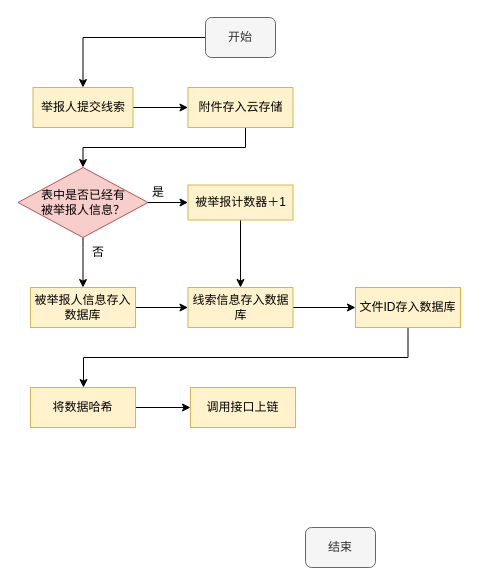
The draw.io diagram flc.drawio in jiang-111/crispy-parakeet, before the edit. Source tidied: cells renumbered, new cells numbered last; positions are measured from the earlier drawing's top-left corner, leaving out a move shared by most shapes. Both pictures are drawn from the tidied source at 100%, with x=0, y=0 at pixel (17, 17).
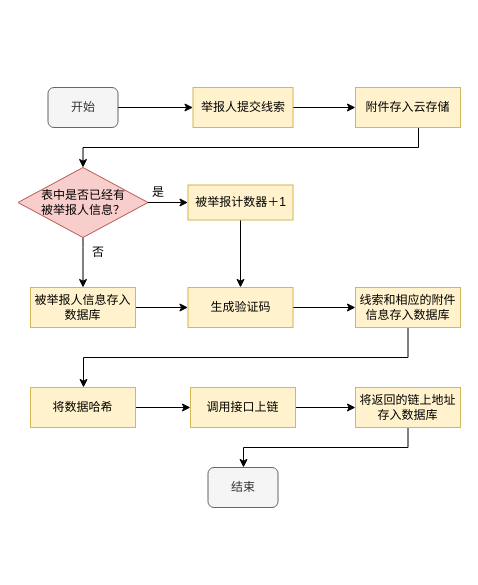
Above is the later version.

The change refers to these unchanged cells:
```xml
<mxCell id="9" value="表中是否已经有&lt;br&gt;被举报人信息？" style="rhombus;whiteSpace=wrap;html=1;fillColor=#f8cecc;strokeColor=#b85450;" parent="1" vertex="1">
  <mxGeometry x="0.5" y="150" width="130" height="70" as="geometry" />
</mxCell>
<mxCell id="24" value="调用接口上链" style="rounded=0;whiteSpace=wrap;html=1;fillColor=#fff2cc;strokeColor=#d6b656;" parent="1" vertex="1">
  <mxGeometry x="173" y="370" width="105" height="40" as="geometry" />
</mxCell>
```

Diff of the diagram source:
```diff
@@
     <mxCell id="3" value="开始" style="rounded=1;whiteSpace=wrap;html=1;fillColor=#f5f5f5;fontColor=#333333;strokeColor=#666666;" parent="1" vertex="1">
-      <mxGeometry x="188" width="70" height="40" as="geometry" />
+      <mxGeometry x="30.5" y="70" width="70" height="40" as="geometry" />
     </mxCell>
     <mxCell id="4" value="结束" style="rounded=1;whiteSpace=wrap;html=1;fillColor=#f5f5f5;fontColor=#333333;strokeColor=#666666;" parent="1" vertex="1">
-      <mxGeometry x="288" y="510" width="70" height="40" as="geometry" />
+      <mxGeometry x="190.5" y="450" width="70" height="40" as="geometry" />
     </mxCell>
@@
     <mxCell id="6" value="举报人提交线索" style="rounded=0;whiteSpace=wrap;html=1;fillColor=#fff2cc;strokeColor=#d6b656;" parent="1" vertex="1">
-      <mxGeometry x="15.5" y="70" width="100" height="40" as="geometry" />
+      <mxGeometry x="175.5" y="70" width="100" height="40" as="geometry" />
     </mxCell>
@@
-    <mxCell id="13" value="线索信息存入数据库" style="rounded=0;whiteSpace=wrap;html=1;fillColor=#fff2cc;strokeColor=#d6b656;" parent="1" vertex="1">
+    <mxCell id="13" value="生成验证码" style="rounded=0;whiteSpace=wrap;html=1;fillColor=#fff2cc;strokeColor=#d6b656;" parent="1" vertex="1">
       <mxGeometry x="170.5" y="270" width="105" height="40" as="geometry" />
     </mxCell>
     <mxCell id="14" style="edgeStyle=orthogonalEdgeStyle;rounded=0;jettySize=auto;html=1;entryX=0.5;entryY=0;entryDx=0;entryDy=0;exitX=0.5;exitY=1;exitDx=0;exitDy=0;" parent="1" edge="1" source="15" target="9">
       <mxGeometry relative="1" as="geometry">
         <Array as="points">
-          <mxPoint x="228" y="110" />
-          <mxPoint x="228" y="130" />
+          <mxPoint x="401" y="130" />
           <mxPoint x="66" y="130" />
         </Array>
       </mxGeometry>
     </mxCell>
     <mxCell id="15" value="附件存入云存储" style="rounded=0;whiteSpace=wrap;html=1;fillColor=#fff2cc;strokeColor=#d6b656;" parent="1" vertex="1">
-      <mxGeometry x="170.5" y="70" width="105" height="40" as="geometry" />
+      <mxGeometry x="338" y="70" width="105" height="40" as="geometry" />
     </mxCell>
@@
-    <mxCell id="19" value="文件ID存入数据库" style="rounded=0;whiteSpace=wrap;html=1;fillColor=#fff2cc;strokeColor=#d6b656;" parent="1" vertex="1">
+    <mxCell id="19" value="线索和相应的附件信息存入数据库" style="rounded=0;whiteSpace=wrap;html=1;fillColor=#fff2cc;strokeColor=#d6b656;" parent="1" vertex="1">
       <mxGeometry x="338" y="270" width="105" height="40" as="geometry" />
     </mxCell>
@@
+    <mxCell id="25" style="edgeStyle=orthogonalEdgeStyle;rounded=0;jettySize=auto;html=1;" parent="1" edge="1" source="24" target="27">
+      <mxGeometry relative="1" as="geometry" />
+    </mxCell>
@@
+    <mxCell id="26" style="edgeStyle=orthogonalEdgeStyle;rounded=0;jettySize=auto;html=1;" parent="1" edge="1" source="27" target="4">
+      <mxGeometry relative="1" as="geometry">
+        <Array as="points">
+          <mxPoint x="391" y="430" />
+          <mxPoint x="226" y="430" />
+        </Array>
+      </mxGeometry>
+    </mxCell>
+    <mxCell id="27" value="将返回的链上地址存入数据库" style="rounded=0;whiteSpace=wrap;html=1;fillColor=#fff2cc;strokeColor=#d6b656;" parent="1" vertex="1">
+      <mxGeometry x="338" y="370" width="105" height="40" as="geometry" />
+    </mxCell>
```
